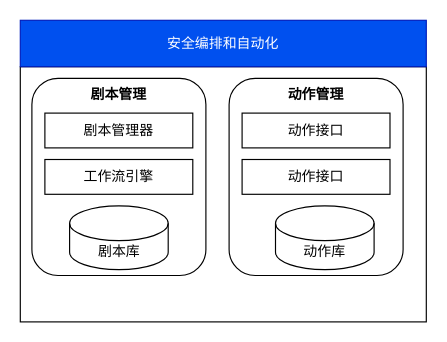
This is 安全编排框架图.drawio from liujianqun/draw, a draw.io file, before an edit. Source tidied: cells renumbered, new cells numbered last; positions are measured from the earlier drawing's top-left corner, leaving out a move shared by most shapes. Both pictures are drawn from the tidied source at 116%, with x=0, y=0 at pixel (20, 20).
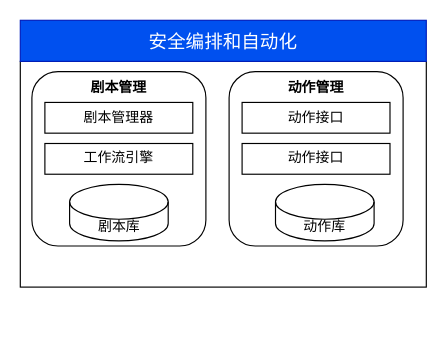
Above is the later version.

Commit message (it also covers changes not shown here):
Update 安全编排框架图.drawio

What changed in the source:
```diff
@@
 <mxGraphModel>
   <root>
     <mxCell id="0" />
     <mxCell id="1" parent="0" />
-    <mxCell id="2" style="group;fontStyle=1;" parent="1" vertex="1">
-      <mxGeometry width="350" height="260" as="geometry" />
+    <mxCell id="2" style="group;fontStyle=1;fontSize=15;" parent="1" vertex="1">
+      <mxGeometry width="350" height="230" as="geometry" />
     </mxCell>
     <mxCell id="3" style="rounded=0;whiteSpace=wrap;html=1;" parent="2" vertex="1">
-      <mxGeometry y="40" width="350" height="220" as="geometry" />
+      <mxGeometry y="35.4" width="350" height="194.6" as="geometry" />
     </mxCell>
-    <mxCell id="4" value="安全编排和自动化" style="rounded=0;whiteSpace=wrap;html=1;fillColor=#0050ef;strokeColor=#001DBC;fontColor=#ffffff;" parent="2" vertex="1">
-      <mxGeometry width="350" height="40" as="geometry" />
+    <mxCell id="4" value="安全编排和自动化" style="rounded=0;whiteSpace=wrap;html=1;fillColor=#0050ef;strokeColor=#001DBC;fontColor=#ffffff;fontSize=16;" parent="2" vertex="1">
+      <mxGeometry width="350" height="35.4" as="geometry" />
     </mxCell>
     <mxCell id="5" value="剧本管理" style="rounded=1;whiteSpace=wrap;html=1;verticalAlign=top;fontStyle=1;" parent="2" vertex="1">
-      <mxGeometry x="10" y="50" width="150" height="170" as="geometry" />
+      <mxGeometry x="10" y="44.2" width="150" height="150.4" as="geometry" />
     </mxCell>
     <mxCell id="6" value="剧本管理器" style="rounded=0;whiteSpace=wrap;html=1;" parent="2" vertex="1">
-      <mxGeometry x="21.2" y="80" width="127.5" height="30" as="geometry" />
+      <mxGeometry x="21.2" y="70.8" width="127.5" height="26.5" as="geometry" />
     </mxCell>
     <mxCell id="7" value="工作流引擎" style="rounded=0;whiteSpace=wrap;html=1;" parent="2" vertex="1">
-      <mxGeometry x="21.2" y="120" width="127.5" height="30" as="geometry" />
+      <mxGeometry x="21.2" y="106.2" width="127.5" height="26.5" as="geometry" />
     </mxCell>
     <mxCell id="8" value="剧本库" style="shape=cylinder3;whiteSpace=wrap;html=1;boundedLbl=1;backgroundOutline=1;size=15;" parent="2" vertex="1">
-      <mxGeometry x="42.5" y="160" width="85" height="55" as="geometry" />
+      <mxGeometry x="42.5" y="141.5" width="85" height="48.7" as="geometry" />
     </mxCell>
     <mxCell id="9" value="动作管理" style="rounded=1;whiteSpace=wrap;html=1;verticalAlign=top;fontStyle=1;" parent="2" vertex="1">
-      <mxGeometry x="180" y="50" width="150" height="170" as="geometry" />
+      <mxGeometry x="180" y="44.2" width="150" height="150.4" as="geometry" />
     </mxCell>
     <mxCell id="10" value="动作接口" style="rounded=0;whiteSpace=wrap;html=1;" parent="2" vertex="1">
-      <mxGeometry x="191.2" y="120" width="127.5" height="30" as="geometry" />
+      <mxGeometry x="191.2" y="106.2" width="127.5" height="26.5" as="geometry" />
     </mxCell>
     <mxCell id="11" value="动作库" style="shape=cylinder3;whiteSpace=wrap;html=1;boundedLbl=1;backgroundOutline=1;size=15;" parent="2" vertex="1">
-      <mxGeometry x="220" y="160" width="85" height="55" as="geometry" />
+      <mxGeometry x="220" y="141.5" width="85" height="48.7" as="geometry" />
     </mxCell>
     <mxCell id="12" value="动作接口" style="rounded=0;whiteSpace=wrap;html=1;" parent="2" vertex="1">
-      <mxGeometry x="191.2" y="80" width="127.5" height="30" as="geometry" />
+      <mxGeometry x="191.2" y="70.8" width="127.5" height="26.5" as="geometry" />
     </mxCell>
   </root>
 </mxGraphModel>
```
